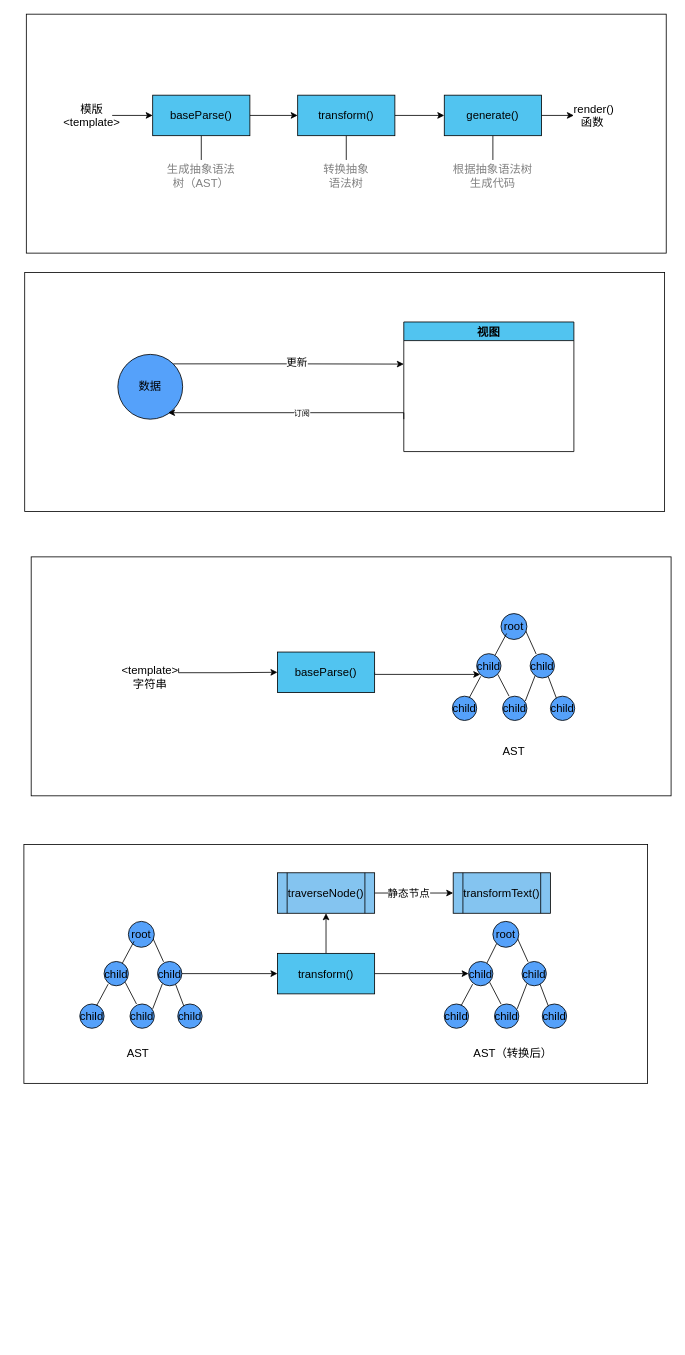
WJCHumble/graph-asserts keeps this draw.io diagram as Untitled vue-compiler-static-node.drawio. Above is the earlier version. Source tidied: cells renumbered, new cells numbered last; positions are measured from the earlier drawing's top-left corner, leaving out a move shared by most shapes. Both pictures are drawn from the tidied source at 81%, with x=0, y=0 at pixel (23, 14).
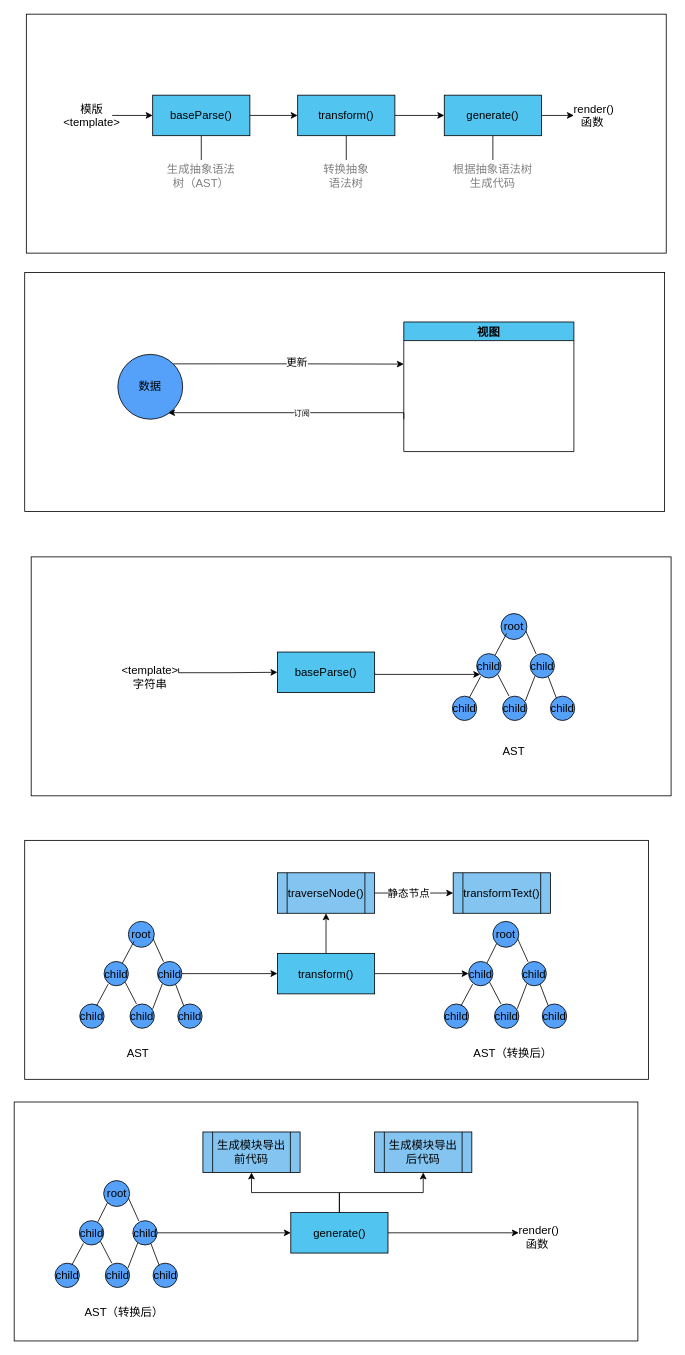
After the change.

The edit, as a diff of the source:
```diff
@@
     <mxCell id="43" style="rounded=0;whiteSpace=wrap;html=1;" parent="1" vertex="1">
-      <mxGeometry y="1025" width="770" height="295" as="geometry" />
+      <mxGeometry x="1" y="1020" width="770" height="295" as="geometry" />
     </mxCell>
@@
+    <mxCell id="78" style="rounded=0;whiteSpace=wrap;html=1;" parent="1" vertex="1">
+      <mxGeometry x="-12" y="1343" width="770" height="295" as="geometry" />
+    </mxCell>
+    <mxCell id="79" value="root" style="ellipse;whiteSpace=wrap;html=1;fontSize=14;fillColor=#55A1FA;" parent="1" vertex="1">
+      <mxGeometry x="98.5" y="1440" width="32" height="32" as="geometry" />
+    </mxCell>
+    <mxCell id="80" value="child" style="ellipse;whiteSpace=wrap;html=1;fontSize=14;fillColor=#55A1FA;" parent="1" vertex="1">
+      <mxGeometry x="38.5" y="1542" width="30" height="30" as="geometry" />
+    </mxCell>
+    <mxCell id="81" value="child" style="ellipse;whiteSpace=wrap;html=1;fontSize=14;fillColor=#55A1FA;" parent="1" vertex="1">
+      <mxGeometry x="100.5" y="1542" width="30" height="30" as="geometry" />
+    </mxCell>
+    <mxCell id="82" style="edgeStyle=orthogonalEdgeStyle;rounded=0;jettySize=auto;html=1;exitX=1;exitY=0.5;exitDx=0;exitDy=0;" parent="1" edge="1" source="83" target="96">
+      <mxGeometry relative="1" as="geometry" />
+    </mxCell>
+    <mxCell id="83" value="child" style="ellipse;whiteSpace=wrap;html=1;fontSize=14;fillColor=#55A1FA;" parent="1" vertex="1">
+      <mxGeometry x="134.5" y="1489.5" width="30" height="30" as="geometry" />
+    </mxCell>
+    <mxCell id="84" value="child" style="ellipse;whiteSpace=wrap;html=1;fontSize=14;fillColor=#55A1FA;" parent="1" vertex="1">
+      <mxGeometry x="159.5" y="1542" width="30" height="30" as="geometry" />
+    </mxCell>
+    <mxCell id="85" value="AST（转换后）" style="text;html=1;strokeColor=none;fillColor=none;align=center;verticalAlign=middle;whiteSpace=wrap;rounded=0;fontSize=14;" parent="1" vertex="1">
+      <mxGeometry x="72.5" y="1593" width="102" height="20" as="geometry" />
+    </mxCell>
+    <mxCell id="86" value="child" style="ellipse;whiteSpace=wrap;html=1;fontSize=14;fillColor=#55A1FA;" parent="1" vertex="1">
+      <mxGeometry x="68.5" y="1489.5" width="30" height="30" as="geometry" />
+    </mxCell>
+    <mxCell id="87" style="endArrow=none;html=1;fontSize=14;exitX=1;exitY=0;exitDx=0;exitDy=0;" parent="1" edge="1">
+      <mxGeometry relative="1" as="geometry">
+        <mxPoint x="59.1" y="1544.4" as="sourcePoint" />
+        <mxPoint x="73.5" y="1517.5" as="targetPoint" />
+      </mxGeometry>
+    </mxCell>
+    <mxCell id="88" style="endArrow=none;html=1;fontSize=14;exitX=1;exitY=0;exitDx=0;exitDy=0;entryX=0;entryY=1;entryDx=0;entryDy=0;" parent="1" edge="1" target="79">
+      <mxGeometry relative="1" as="geometry">
+        <mxPoint x="91.1" y="1491.5" as="sourcePoint" />
+      </mxGeometry>
+    </mxCell>
+    <mxCell id="89" style="endArrow=none;html=1;fontSize=14;entryX=1;entryY=1;entryDx=0;entryDy=0;exitX=0;exitY=0;exitDx=0;exitDy=0;" parent="1" edge="1">
+      <mxGeometry relative="1" as="geometry">
+        <mxPoint x="141.9" y="1489.9" as="sourcePoint" />
+        <mxPoint x="129.1" y="1461.6" as="targetPoint" />
+      </mxGeometry>
+    </mxCell>
+    <mxCell id="90" style="endArrow=none;html=1;fontSize=14;entryX=1;entryY=1;entryDx=0;entryDy=0;exitX=0;exitY=0;exitDx=0;exitDy=0;" parent="1" edge="1">
+      <mxGeometry relative="1" as="geometry">
+        <mxPoint x="166.9" y="1544.4" as="sourcePoint" />
+        <mxPoint x="156.7" y="1517.5" as="targetPoint" />
+      </mxGeometry>
+    </mxCell>
+    <mxCell id="91" style="endArrow=none;html=1;fontSize=14;" parent="1" edge="1">
+      <mxGeometry relative="1" as="geometry">
+        <mxPoint x="128.5" y="1548" as="sourcePoint" />
+        <mxPoint x="140.5" y="1517" as="targetPoint" />
+      </mxGeometry>
+    </mxCell>
+    <mxCell id="92" style="endArrow=none;html=1;fontSize=14;entryX=1;entryY=1;entryDx=0;entryDy=0;" parent="1" edge="1">
+      <mxGeometry relative="1" as="geometry">
+        <mxPoint x="108.5" y="1542" as="sourcePoint" />
+        <mxPoint x="94.5" y="1515.1" as="targetPoint" />
+      </mxGeometry>
+    </mxCell>
+    <mxCell id="93" style="edgeStyle=orthogonalEdgeStyle;rounded=0;jettySize=auto;html=1;exitX=1;exitY=0.5;exitDx=0;exitDy=0;entryX=0;entryY=0.25;entryDx=0;entryDy=0;" parent="1" edge="1" source="96" target="99">
+      <mxGeometry relative="1" as="geometry" />
+    </mxCell>
+    <mxCell id="94" style="edgeStyle=orthogonalEdgeStyle;rounded=0;jettySize=auto;html=1;exitX=0.5;exitY=0;exitDx=0;exitDy=0;entryX=0.5;entryY=1;entryDx=0;entryDy=0;" parent="1" edge="1" source="96" target="97">
+      <mxGeometry relative="1" as="geometry" />
+    </mxCell>
+    <mxCell id="95" style="edgeStyle=orthogonalEdgeStyle;rounded=0;jettySize=auto;html=1;exitX=0.5;exitY=0;exitDx=0;exitDy=0;entryX=0.5;entryY=1;entryDx=0;entryDy=0;" parent="1" edge="1" source="96" target="98">
+      <mxGeometry relative="1" as="geometry" />
+    </mxCell>
+    <mxCell id="96" value="&lt;span style=&quot;font-size: 14px&quot;&gt;generate()&lt;/span&gt;" style="rounded=0;whiteSpace=wrap;html=1;fillColor=#51C4F0;" parent="1" vertex="1">
+      <mxGeometry x="329.5" y="1479.5" width="120" height="50" as="geometry" />
+    </mxCell>
+    <mxCell id="97" value="生成模块导出前代码" style="shape=process;whiteSpace=wrap;html=1;backgroundOutline=1;fontSize=14;fillColor=#84C4F0;" parent="1" vertex="1">
+      <mxGeometry x="221" y="1380" width="120" height="50" as="geometry" />
+    </mxCell>
+    <mxCell id="98" value="生成模块导出后代码" style="shape=process;whiteSpace=wrap;html=1;backgroundOutline=1;fontSize=14;fillColor=#84C4F0;" parent="1" vertex="1">
+      <mxGeometry x="433" y="1380" width="120" height="50" as="geometry" />
+    </mxCell>
+    <mxCell id="99" value="render() 函数&amp;nbsp;" style="text;html=1;strokeColor=none;fillColor=none;align=center;verticalAlign=middle;whiteSpace=wrap;rounded=0;fontSize=14;" parent="1" vertex="1">
+      <mxGeometry x="611" y="1499.5" width="50" height="20" as="geometry" />
+    </mxCell>
```
